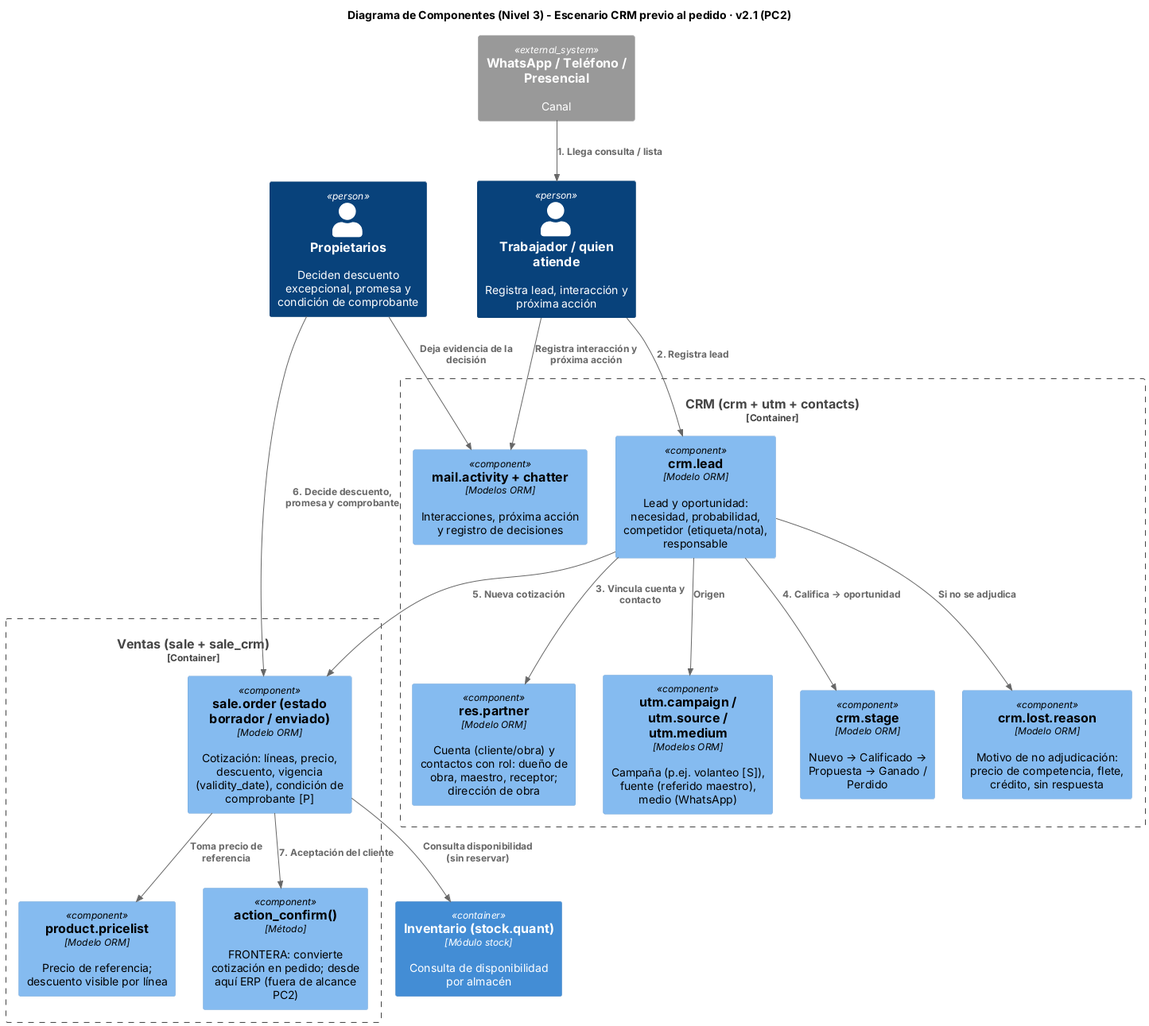
The PlantUML diagram arquitectura/vistas/c4/render/componentes/crm.png in dieg0-29/migal-erp, before a commit. Source of this version:
```plantuml
@startuml
!include <C4/C4_Component>
LAYOUT_TOP_DOWN()
title Diagrama de Componentes (Nivel 3) - Escenario CRM previo al pedido · v2.1 (PC2)

Person(prop, "Propietarios", "Deciden descuento excepcional, promesa y condición de comprobante")
Person(trab, "Trabajador / quien atiende", "Registra lead, interacción y próxima acción")
System_Ext(whatsapp, "WhatsApp / Teléfono / Presencial", "Canal")

Container_Boundary(crm_app, "CRM (crm + utm + contacts)") {
    Component(partner, "res.partner", "Modelo ORM", "Cuenta (cliente/obra) y contactos con rol: dueño de obra, maestro, receptor; dirección de obra")
    Component(utm, "utm.campaign / utm.source / utm.medium", "Modelos ORM", "Campaña (p.ej. volanteo [S]), fuente (referido maestro), medio (WhatsApp)")
    Component(lead, "crm.lead", "Modelo ORM", "Lead y oportunidad: necesidad, probabilidad, competidor (etiqueta/nota), responsable")
    Component(stage, "crm.stage", "Modelo ORM", "Nuevo → Calificado → Propuesta → Ganado / Perdido")
    Component(activity, "mail.activity + chatter", "Modelos ORM", "Interacciones, próxima acción y registro de decisiones")
    Component(lost, "crm.lost.reason", "Modelo ORM", "Motivo de no adjudicación: precio de competencia, flete, crédito, sin respuesta")
}

Container_Boundary(sale_app, "Ventas (sale + sale_crm)") {
    Component(quote, "sale.order (estado borrador / enviado)", "Modelo ORM", "Cotización: líneas, precio, descuento, vigencia (validity_date), condición de comprobante [P]")
    Component(pricelist, "product.pricelist", "Modelo ORM", "Precio de referencia; descuento visible por línea")
    Component(confirm, "action_confirm()", "Método", "FRONTERA: convierte cotización en pedido; desde aquí ERP (fuera de alcance PC2)")
}
Container(stock, "Inventario (stock.quant)", "Módulo stock", "Consulta de disponibilidad por almacén")

Rel(whatsapp, trab, "1. Llega consulta / lista")
Rel(trab, lead, "2. Registra lead")
Rel(lead, utm, "Origen")
Rel(lead, partner, "3. Vincula cuenta y contacto")
Rel(lead, stage, "4. Califica → oportunidad")
Rel(trab, activity, "Registra interacción y próxima acción")
Rel(lead, quote, "5. Nueva cotización")
Rel(quote, pricelist, "Toma precio de referencia")
Rel(quote, stock, "Consulta disponibilidad (sin reservar)")
Rel(prop, quote, "6. Decide descuento, promesa y comprobante")
Rel(prop, activity, "Deja evidencia de la decisión")
Rel(quote, confirm, "7. Aceptación del cliente")
Rel(lead, lost, "Si no se adjudica")
@enduml
```
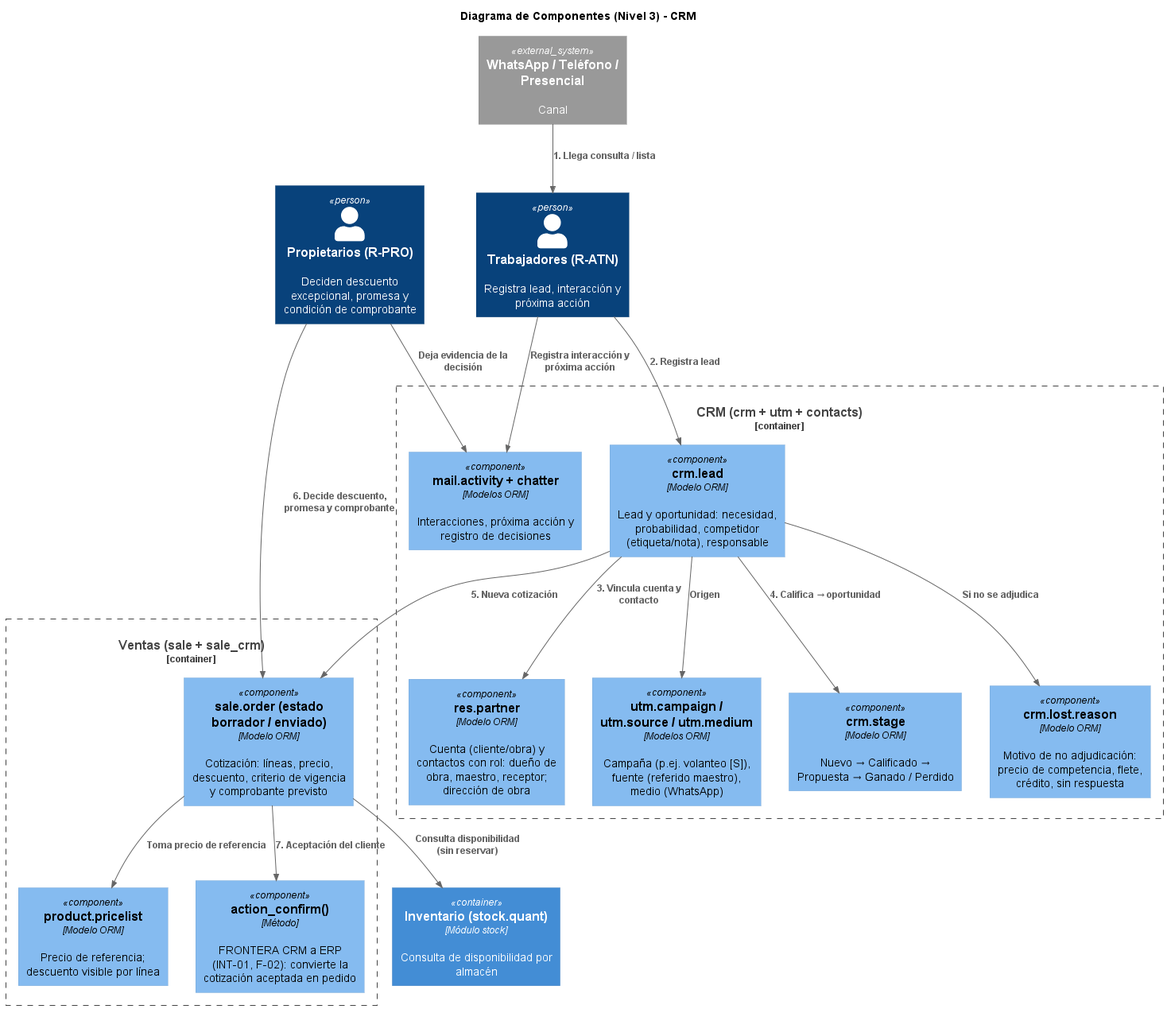
The same diagram one commit later.

Change to the diagram source:
```diff
@@ -1,10 +1,10 @@
 @startuml
-!include <C4/C4_Component>
+!include https://raw.githubusercontent.com/plantuml-stdlib/C4-PlantUML/master/C4_Component.puml
 LAYOUT_TOP_DOWN()
-title Diagrama de Componentes (Nivel 3) - Escenario CRM previo al pedido · v2.1 (PC2)
+title Diagrama de Componentes (Nivel 3) - CRM
 
-Person(prop, "Propietarios", "Deciden descuento excepcional, promesa y condición de comprobante")
-Person(trab, "Trabajador / quien atiende", "Registra lead, interacción y próxima acción")
+Person(prop, "Propietarios (R-PRO)", "Deciden descuento excepcional, promesa y condición de comprobante")
+Person(trab, "Trabajadores (R-ATN)", "Registra lead, interacción y próxima acción")
 System_Ext(whatsapp, "WhatsApp / Teléfono / Presencial", "Canal")
 
 Container_Boundary(crm_app, "CRM (crm + utm + contacts)") {
@@ -17,9 +17,9 @@
 }
 
 Container_Boundary(sale_app, "Ventas (sale + sale_crm)") {
-    Component(quote, "sale.order (estado borrador / enviado)", "Modelo ORM", "Cotización: líneas, precio, descuento, vigencia (validity_date), condición de comprobante [P]")
+    Component(quote, "sale.order (estado borrador / enviado)", "Modelo ORM", "Cotización: líneas, precio, descuento, criterio de vigencia y comprobante previsto")
     Component(pricelist, "product.pricelist", "Modelo ORM", "Precio de referencia; descuento visible por línea")
-    Component(confirm, "action_confirm()", "Método", "FRONTERA: convierte cotización en pedido; desde aquí ERP (fuera de alcance PC2)")
+    Component(confirm, "action_confirm()", "Método", "FRONTERA CRM a ERP (INT-01, F-02): convierte la cotización aceptada en pedido")
 }
 Container(stock, "Inventario (stock.quant)", "Módulo stock", "Consulta de disponibilidad por almacén")
 
```
